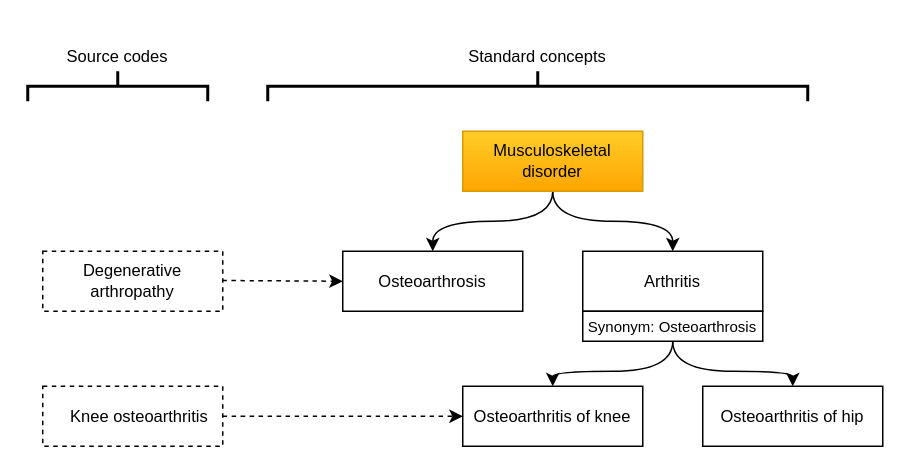
Before: page "Page-2" (2 of 8) of extras/MockDbCodelistGenerator.drawio in darwin-eu/CodelistGenerator, a draw.io diagram. Source tidied: cells renumbered, new cells numbered last; positions are measured from the earlier drawing's top-left corner, leaving out a move shared by most shapes. Both pictures are drawn from the tidied source at 150%, with x=0, y=0 at pixel (27, 26).
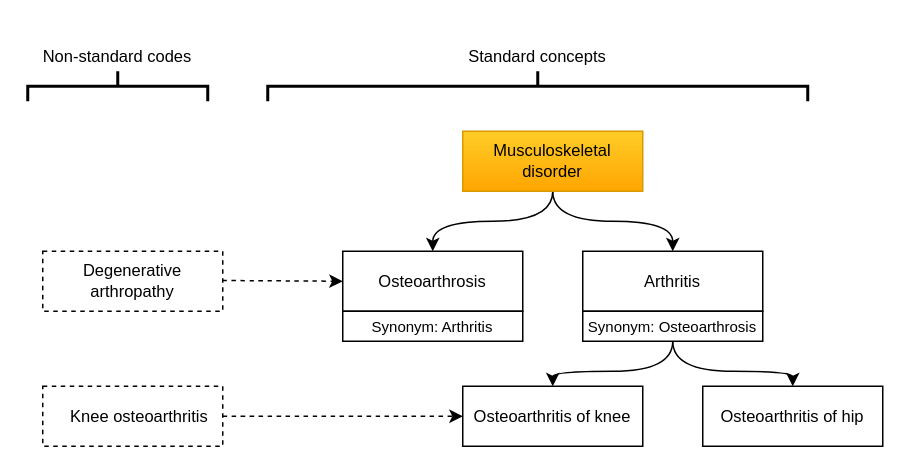
After the change.

Diff of the diagram source:
```diff
@@
-    <mxCell id="2" value="Source codes" style="text;html=1;align=center;verticalAlign=middle;whiteSpace=wrap;rounded=0;strokeColor=none;fontSize=11;dashed=1;" parent="1" vertex="1">
+    <mxCell id="2" value="Non-standard codes" style="text;html=1;align=center;verticalAlign=middle;whiteSpace=wrap;rounded=0;strokeColor=none;fontSize=11;dashed=1;" parent="1" vertex="1">
       <mxGeometry width="120" height="40" as="geometry" />
     </mxCell>
@@
+    <mxCell id="20" value="Synonym: Arthritis&lt;span class=&quot;ac-list-item__content&quot; style=&quot;font-size: 10px;&quot;&gt;&lt;span style=&quot;font-size: 10px;&quot;&gt;&lt;/span&gt;&lt;/span&gt;" style="text;html=1;align=center;verticalAlign=middle;whiteSpace=wrap;rounded=0;fontSize=10;strokeColor=default;" parent="1" vertex="1">
+      <mxGeometry x="210" y="190" width="120" height="20" as="geometry" />
+    </mxCell>
```
